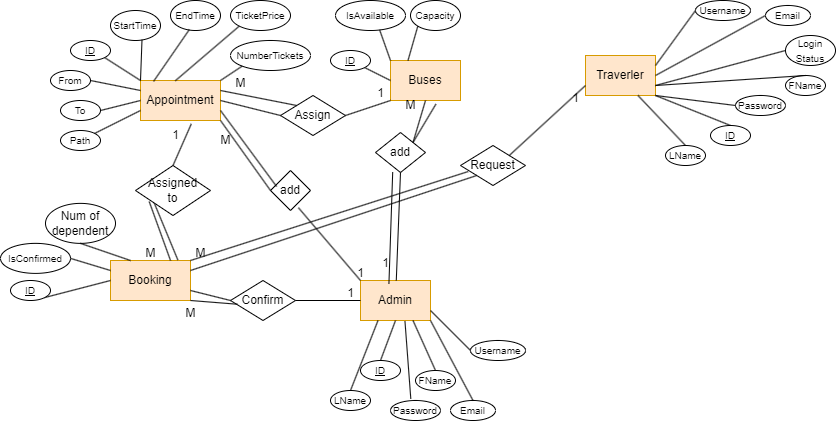
The draw.io diagram DB/ERD.png in mustafa1582002/BookTravel, before a commit. Source tidied: cells renumbered, new cells last; positions are measured from the earlier drawing's top-left corner, leaving out a move shared by most shapes.
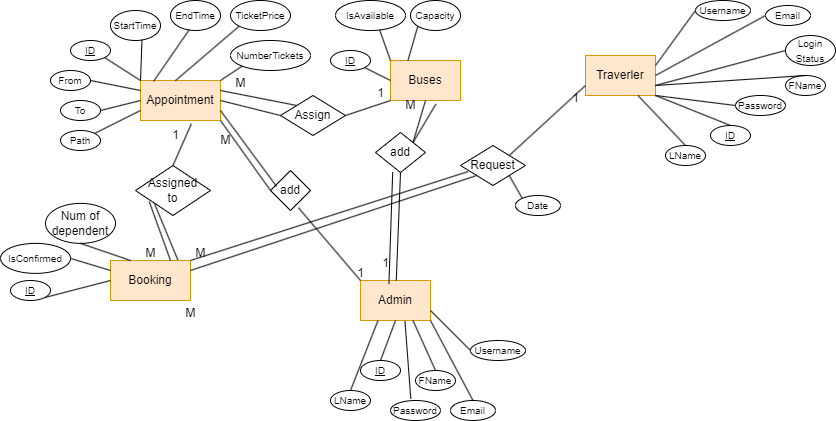
After the change.

Change to the diagram source:
```diff
@@ -110,18 +110,6 @@
     <mxCell id="37" style="endArrow=none;html=1;rounded=0;entryX=0.75;entryY=1;entryDx=0;entryDy=0;exitX=0.5;exitY=0;exitDx=0;exitDy=0;" parent="1" edge="1" source="36" target="31">
       <mxGeometry relative="1" as="geometry" />
     </mxCell>
-    <mxCell id="38" value="Confirm" style="rhombus;whiteSpace=wrap;html=1;" parent="1" vertex="1">
-      <mxGeometry x="230" y="280" width="65" height="40" as="geometry" />
-    </mxCell>
-    <mxCell id="39" style="endArrow=none;html=1;rounded=0;entryX=0;entryY=0.5;entryDx=0;entryDy=0;exitX=1;exitY=0.5;exitDx=0;exitDy=0;" parent="1" edge="1" source="38" target="31">
-      <mxGeometry relative="1" as="geometry" />
-    </mxCell>
-    <mxCell id="40" style="endArrow=none;html=1;rounded=0;entryX=1;entryY=0.75;entryDx=0;entryDy=0;exitX=0;exitY=0.5;exitDx=0;exitDy=0;" parent="1" edge="1" source="38" target="19">
-      <mxGeometry relative="1" as="geometry" />
-    </mxCell>
-    <mxCell id="41" style="endArrow=none;html=1;rounded=0;entryX=1;entryY=1;entryDx=0;entryDy=0;exitX=0.104;exitY=0.593;exitDx=0;exitDy=0;exitPerimeter=0;" parent="1" edge="1" source="38" target="19">
-      <mxGeometry relative="1" as="geometry" />
-    </mxCell>
     <mxCell id="42" value="&lt;span style=&quot;font-size: 10px;&quot;&gt;Email&lt;/span&gt;" style="ellipse;whiteSpace=wrap;html=1;" parent="1" vertex="1">
       <mxGeometry x="450" y="400" width="45" height="20" as="geometry" />
     </mxCell>
@@ -262,9 +250,6 @@
     <mxCell id="87" value="1" style="text;html=1;align=center;verticalAlign=middle;strokeColor=none;fillColor=none;" parent="1" vertex="1">
       <mxGeometry x="345" y="258" width="30" height="30" as="geometry" />
     </mxCell>
-    <mxCell id="88" value="1" style="text;html=1;align=center;verticalAlign=middle;strokeColor=none;fillColor=none;" parent="1" vertex="1">
-      <mxGeometry x="335" y="277.9" width="30" height="30" as="geometry" />
-    </mxCell>
     <mxCell id="89" value="M" style="text;html=1;align=center;verticalAlign=middle;strokeColor=none;fillColor=none;" parent="1" vertex="1">
       <mxGeometry x="175" y="298" width="30" height="30" as="geometry" />
     </mxCell>
@@ -292,5 +277,11 @@
     <mxCell id="97" value="M" style="text;html=1;align=center;verticalAlign=middle;strokeColor=none;fillColor=none;" parent="1" vertex="1">
       <mxGeometry x="225" y="68" width="30" height="30" as="geometry" />
     </mxCell>
+    <mxCell id="98" style="endArrow=none;html=1;rounded=0;exitX=1;exitY=1;exitDx=0;exitDy=0;entryX=0;entryY=0;entryDx=0;entryDy=0;" parent="1" edge="1" source="68" target="99">
+      <mxGeometry relative="1" as="geometry" />
+    </mxCell>
+    <mxCell id="99" value="&lt;span style=&quot;font-size: 10px;&quot;&gt;Date&lt;/span&gt;" style="ellipse;whiteSpace=wrap;html=1;" parent="1" vertex="1">
+      <mxGeometry x="515" y="195" width="45" height="20" as="geometry" />
+    </mxCell>
   </root>
 </mxGraphModel>
```
